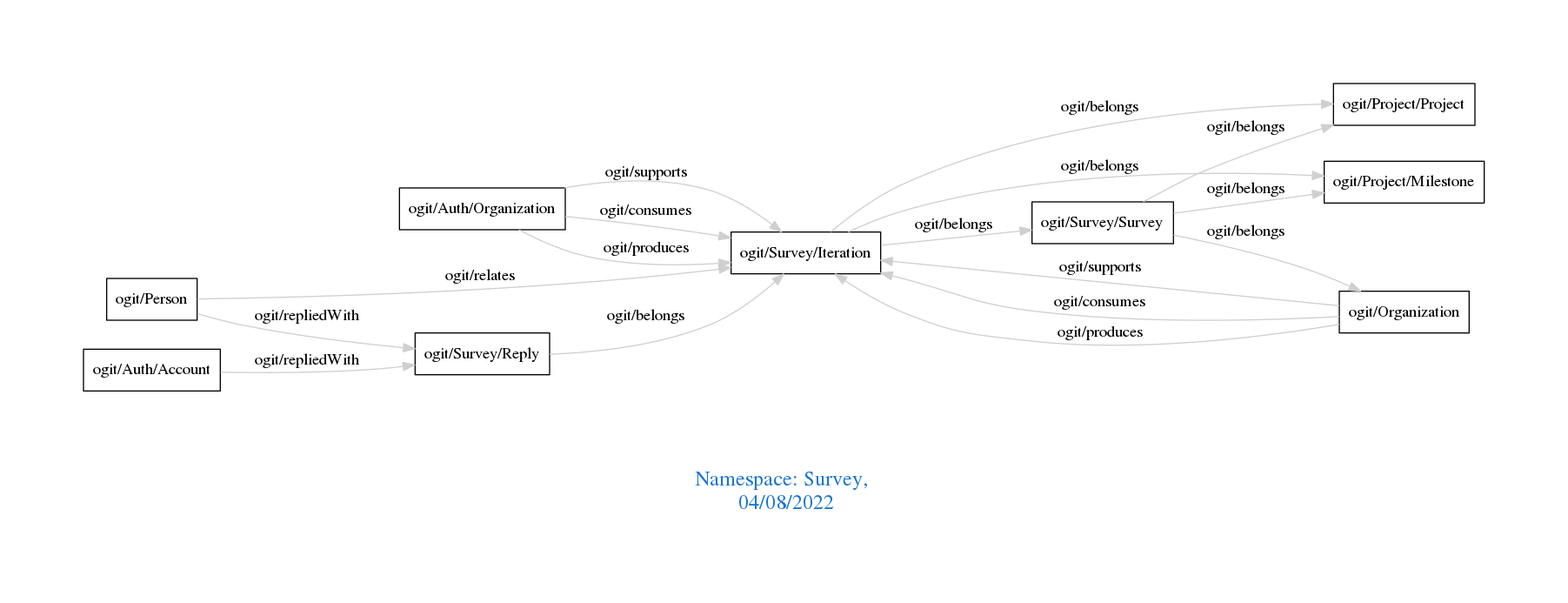
Earlier version of the Graphviz export downloads/Survey.png (arago/OGIT). Its source is kept beside it as downloads/Survey.dot.
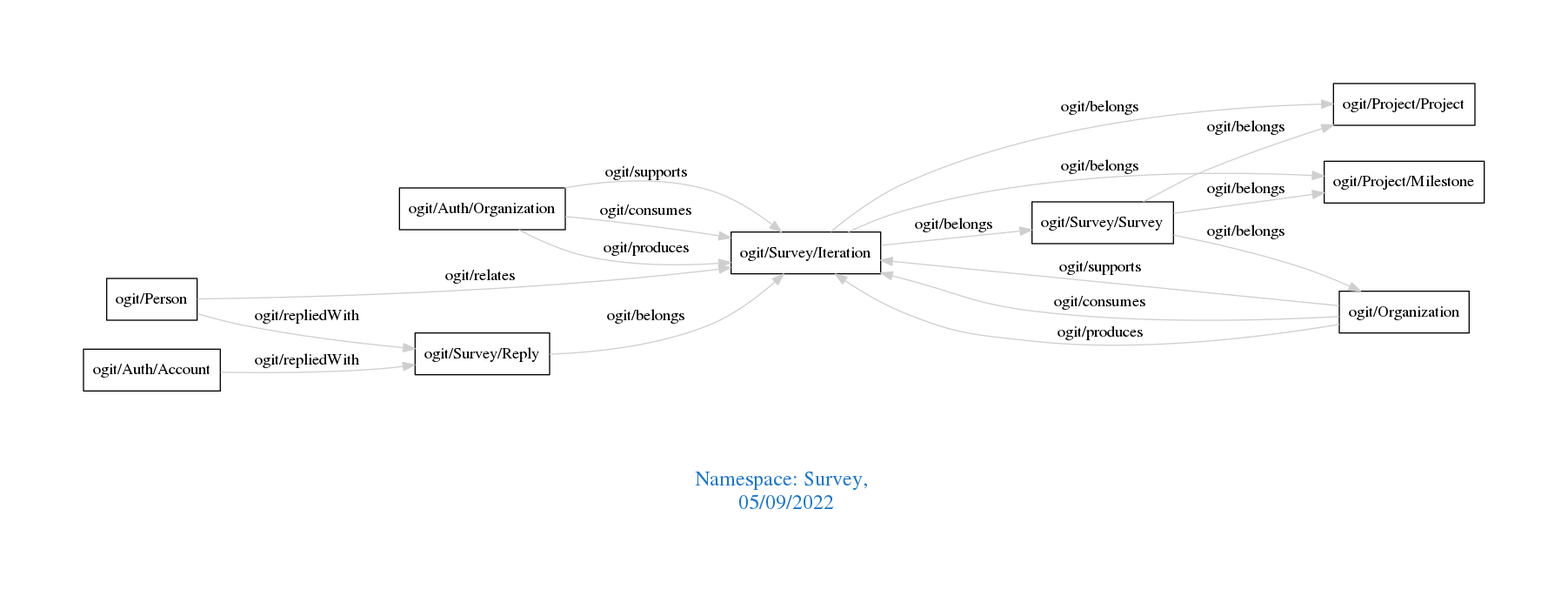
The same diagram one commit later.

What changed in the source:
```diff
@@ -1,7 +1,7 @@
 digraph OGIT_ontology {
  graph [ rankdir= LR,pad=1
 fontsize = 18,
-fontcolor= dodgerblue3,label = "\n\n\nNamespace: Survey, \n 04/08/2022"];
+fontcolor= dodgerblue3,label = "\n\n\nNamespace: Survey, \n 05/09/2022"];
 node[shape=polygon];
 edge [  color="gray81"];
 
```
